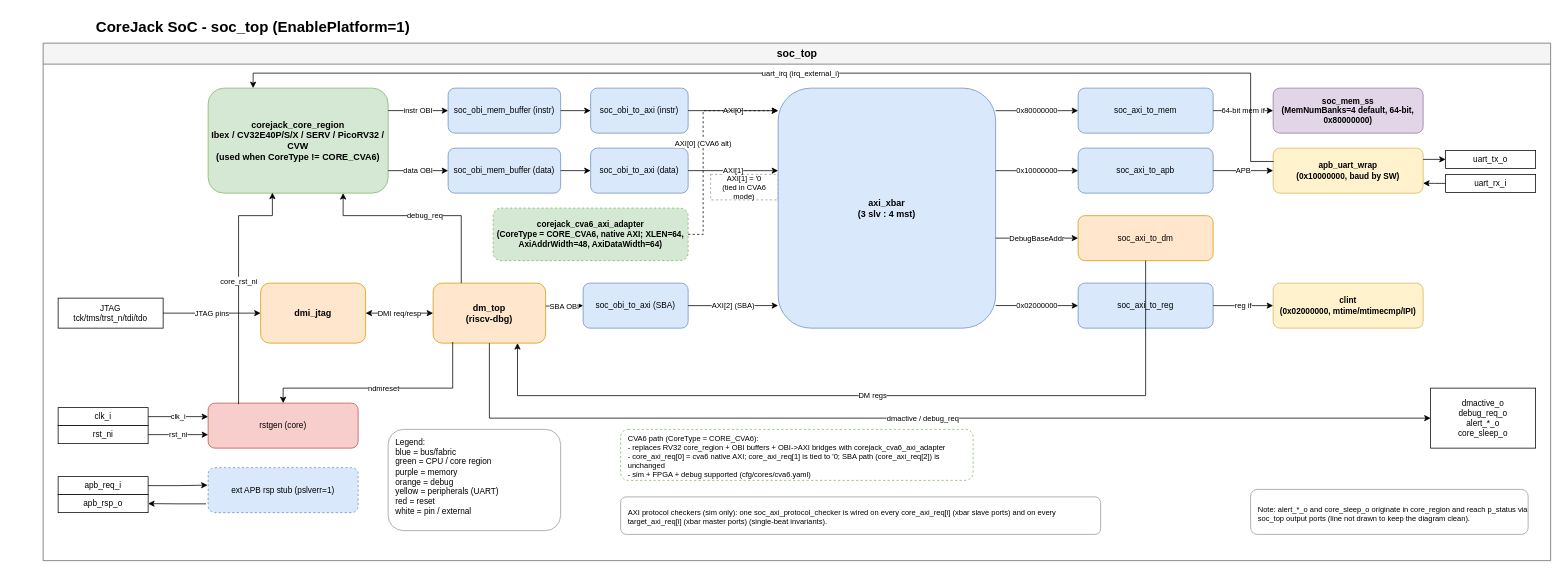
Above: page "SoC Top-Level" (1 of 8) of docs/media/corejack_soc.drawio in patrickerich/corejack (draw.io), before the change. Source tidied: cells renumbered, new cells numbered last; positions are measured from the earlier drawing's top-left corner, leaving out a move shared by most shapes. Both pictures are drawn from the tidied source at 75%, with x=0, y=0 at pixel (13, 13).
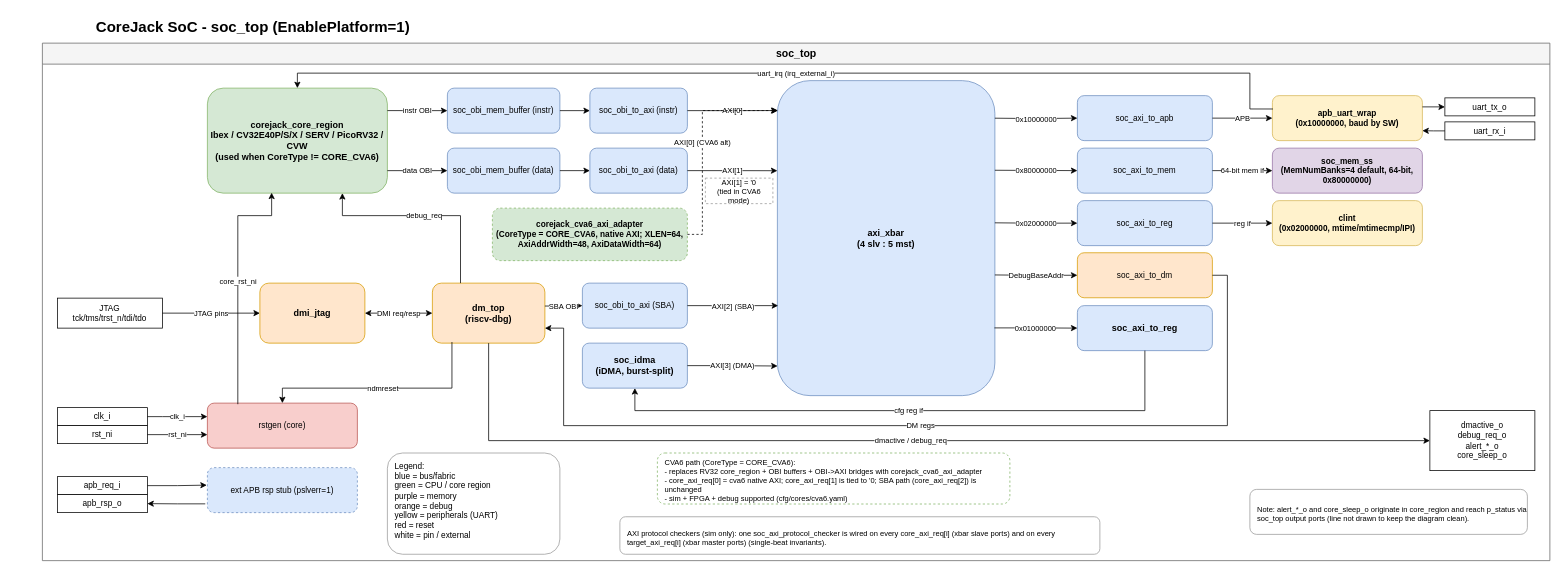
The same page after the edit.

Commit message (it also covers changes not shown here):
Refresh docs and diagrams for the iDMA integration

The change refers to these unchanged cells:
```xml
<mxCell id="12" value="corejack_core_region&#10;Ibex / CV32E40P/S/X / SERV / PicoRV32 / CVW&#10;(used when CoreType != CORE_CVA6)" style="rounded=1;whiteSpace=wrap;html=1;fillColor=#d5e8d4;strokeColor=#82b366;fontSize=12;fontStyle=1;verticalAlign=middle;" parent="3" vertex="1">
  <mxGeometry x="220" y="60" width="240" height="140" as="geometry" />
</mxCell>
<mxCell id="13" value="corejack_cva6_axi_adapter&#10;(CoreType = CORE_CVA6, native AXI; XLEN=64, AxiAddrWidth=48, AxiDataWidth=64)" style="rounded=1;whiteSpace=wrap;html=1;fillColor=#d5e8d4;strokeColor=#82b366;fontSize=11;fontStyle=1;verticalAlign=middle;dashed=1;" parent="3" vertex="1">
  <mxGeometry x="600" y="220" width="260" height="70" as="geometry" />
</mxCell>
<mxCell id="19" value="soc_obi_to_axi (instr)" style="rounded=1;whiteSpace=wrap;html=1;fillColor=#dae8fc;strokeColor=#6c8ebf;fontSize=11;verticalAlign=middle;" parent="3" vertex="1">
  <mxGeometry x="730" y="60" width="130" height="60" as="geometry" />
</mxCell>
<mxCell id="20" value="soc_obi_to_axi (data)" style="rounded=1;whiteSpace=wrap;html=1;fillColor=#dae8fc;strokeColor=#6c8ebf;fontSize=11;verticalAlign=middle;" parent="3" vertex="1">
  <mxGeometry x="730" y="140" width="130" height="60" as="geometry" />
</mxCell>
<mxCell id="21" value="soc_obi_to_axi (SBA)" style="rounded=1;whiteSpace=wrap;html=1;fillColor=#dae8fc;strokeColor=#6c8ebf;fontSize=11;verticalAlign=middle;" parent="3" vertex="1">
  <mxGeometry x="720" y="320" width="140" height="60" as="geometry" />
</mxCell>
<mxCell id="31" value="dm_top&#10;(riscv-dbg)" style="rounded=1;whiteSpace=wrap;html=1;fillColor=#ffe6cc;strokeColor=#d79b00;fontSize=12;fontStyle=1;verticalAlign=middle;" parent="3" vertex="1">
  <mxGeometry x="520" y="320" width="150" height="80" as="geometry" />
</mxCell>
```

What changed in the source:
```diff
@@
     <mxCell id="3" value="soc_top" style="swimlane;fontSize=14;fontStyle=1;html=1;startSize=28;fillColor=#F5F5F5;strokeColor=#666666;swimlaneFillColor=#FFFFFF;" parent="1" vertex="1">
-      <mxGeometry x="40" y="40" width="2010" height="690" as="geometry" />
+      <mxGeometry x="39" y="40" width="2010" height="690" as="geometry" />
     </mxCell>
@@
     <mxCell id="9" value="uart_tx_o" style="rounded=0;whiteSpace=wrap;html=1;fillColor=#FFFFFF;strokeColor=#000000;fontSize=11;verticalAlign=middle;" parent="3" vertex="1">
-      <mxGeometry x="1870" y="143" width="120" height="24" as="geometry" />
+      <mxGeometry x="1870" y="73" width="120" height="24" as="geometry" />
     </mxCell>
     <mxCell id="10" value="uart_rx_i" style="rounded=0;whiteSpace=wrap;html=1;fillColor=#FFFFFF;strokeColor=#000000;fontSize=11;verticalAlign=middle;" parent="3" vertex="1">
-      <mxGeometry x="1870" y="175" width="120" height="24" as="geometry" />
+      <mxGeometry x="1870" y="105" width="120" height="24" as="geometry" />
     </mxCell>
     <mxCell id="11" value="dmactive_o&#10;debug_req_o&#10;alert_*_o&#10;core_sleep_o" style="rounded=0;whiteSpace=wrap;html=1;fillColor=#FFFFFF;strokeColor=#000000;fontSize=11;verticalAlign=middle;" parent="3" vertex="1">
-      <mxGeometry x="1850" y="460" width="140" height="80" as="geometry" />
+      <mxGeometry x="1850" y="490" width="140" height="80" as="geometry" />
     </mxCell>
@@
     <mxCell id="14" value="AXI[1] = '0&#10;(tied in CVA6 mode)" style="rounded=0;whiteSpace=wrap;html=1;fillColor=#FFFFFF;strokeColor=#999999;fontSize=10;verticalAlign=middle;dashed=1;" parent="3" vertex="1">
-      <mxGeometry x="890" y="175" width="90" height="34" as="geometry" />
+      <mxGeometry x="884" y="180" width="90" height="34" as="geometry" />
     </mxCell>
     <mxCell id="15" value="CVA6 path (CoreType = CORE_CVA6):&#10;- replaces RV32 core_region + OBI buffers + OBI-&gt;AXI bridges with corejack_cva6_axi_adapter&#10;- core_axi_req[0] = cva6 native AXI; core_axi_req[1] is tied to '0; SBA path (core_axi_req[2]) is unchanged&#10;- sim + FPGA + debug supported (cfg/cores/cva6.yaml)" style="rounded=1;whiteSpace=wrap;html=1;fillColor=#FFFFFF;strokeColor=#82b366;fontSize=10;align=left;spacingLeft=8;spacingTop=4;dashed=1;" parent="3" vertex="1">
-      <mxGeometry x="770" y="515" width="470" height="68" as="geometry" />
+      <mxGeometry x="820" y="546.5" width="470" height="68" as="geometry" />
     </mxCell>
     <mxCell id="16" value="AXI protocol checkers (sim only): one soc_axi_protocol_checker is wired on every core_axi_req[i] (xbar slave ports) and on every target_axi_req[i] (xbar master ports) (single-beat invariants)." style="rounded=1;whiteSpace=wrap;html=1;fillColor=#FFFFFF;strokeColor=#999999;fontSize=10;align=left;spacingLeft=8;spacingTop=4;" parent="3" vertex="1">
-      <mxGeometry x="770" y="605" width="640" height="50" as="geometry" />
+      <mxGeometry x="770" y="631.5" width="640" height="50" as="geometry" />
     </mxCell>
@@
-    <mxCell id="22" value="axi_xbar&#10;(3 slv : 4 mst)" style="rounded=1;whiteSpace=wrap;html=1;fillColor=#dae8fc;strokeColor=#6c8ebf;fontSize=12;fontStyle=1;verticalAlign=middle;" parent="3" vertex="1">
-      <mxGeometry x="980" y="60" width="290" height="320" as="geometry" />
+    <mxCell id="22" value="axi_xbar&#10;(4 slv : 5 mst)" style="rounded=1;whiteSpace=wrap;html=1;fillColor=#dae8fc;strokeColor=#6c8ebf;fontSize=12;fontStyle=1;verticalAlign=middle;" parent="3" vertex="1">
+      <mxGeometry x="980" y="50" width="290" height="420" as="geometry" />
     </mxCell>
-    <mxCell id="23" value="soc_axi_to_mem" style="rounded=1;whiteSpace=wrap;html=1;fillColor=#dae8fc;strokeColor=#6c8ebf;fontSize=11;verticalAlign=middle;" parent="3" vertex="1">
-      <mxGeometry x="1380" y="60" width="180" height="60" as="geometry" />
-    </mxCell>
+    <mxCell id="66" value="soc_idma&#10;(iDMA, burst-split)" style="rounded=1;whiteSpace=wrap;html=1;fillColor=#dae8fc;strokeColor=#6c8ebf;fontSize=12;fontStyle=1;verticalAlign=middle;" parent="3" vertex="1">
+      <mxGeometry x="720" y="400" width="140" height="60" as="geometry" />
+    </mxCell>
+    <mxCell id="67" value="soc_axi_to_reg" style="rounded=1;whiteSpace=wrap;html=1;fillColor=#dae8fc;strokeColor=#6c8ebf;fontSize=12;fontStyle=1;verticalAlign=middle;" parent="3" vertex="1">
+      <mxGeometry x="1380" y="350" width="180" height="60" as="geometry" />
+    </mxCell>
+    <mxCell id="68" value="AXI[3] (DMA)" style="endArrow=classic;html=1;edgeStyle=orthogonalEdgeStyle;rounded=0;fontSize=10;exitX=1;exitY=0.5;entryX=0.001;entryY=0.906;entryDx=0;entryDy=0;entryPerimeter=0;" parent="3" edge="1" source="66" target="22">
+      <mxGeometry relative="1" as="geometry" />
+    </mxCell>
+    <mxCell id="69" value="0x01000000" style="endArrow=classic;html=1;edgeStyle=orthogonalEdgeStyle;rounded=0;fontSize=10;exitX=0.998;exitY=0.785;entryX=0;entryY=0.5;exitDx=0;exitDy=0;exitPerimeter=0;" parent="3" edge="1" source="22" target="67">
+      <mxGeometry relative="1" as="geometry" />
+    </mxCell>
+    <mxCell id="70" value="cfg reg if" style="endArrow=classic;html=1;edgeStyle=orthogonalEdgeStyle;rounded=0;fontSize=10;exitX=0.5;exitY=1;entryX=0.5;entryY=1;entryDx=0;entryDy=0;" parent="3" edge="1" source="67" target="66">
+      <mxGeometry relative="1" as="geometry">
+        <Array as="points">
+          <mxPoint x="1470" y="490" />
+          <mxPoint x="790" y="490" />
+        </Array>
+      </mxGeometry>
+    </mxCell>
     <mxCell id="24" value="soc_axi_to_apb" style="rounded=1;whiteSpace=wrap;html=1;fillColor=#dae8fc;strokeColor=#6c8ebf;fontSize=11;verticalAlign=middle;" parent="3" vertex="1">
-      <mxGeometry x="1380" y="140" width="180" height="60" as="geometry" />
+      <mxGeometry x="1380" y="70" width="180" height="60" as="geometry" />
     </mxCell>
     <mxCell id="25" value="soc_axi_to_reg" style="rounded=1;whiteSpace=wrap;html=1;fillColor=#dae8fc;strokeColor=#6c8ebf;fontSize=11;verticalAlign=middle;" parent="3" vertex="1">
-      <mxGeometry x="1380" y="320" width="180" height="60" as="geometry" />
+      <mxGeometry x="1380" y="210" width="180" height="60" as="geometry" />
     </mxCell>
     <mxCell id="26" value="soc_axi_to_dm" style="rounded=1;whiteSpace=wrap;html=1;fillColor=#ffe6cc;strokeColor=#d79b00;fontSize=11;verticalAlign=middle;" parent="3" vertex="1">
-      <mxGeometry x="1380" y="230" width="180" height="60" as="geometry" />
+      <mxGeometry x="1380" y="279.5" width="180" height="60" as="geometry" />
     </mxCell>
-    <mxCell id="27" value="soc_mem_ss&#10;(MemNumBanks=4 default, 64-bit, 0x80000000)" style="rounded=1;whiteSpace=wrap;html=1;fillColor=#e1d5e7;strokeColor=#9673a6;fontSize=11;fontStyle=1;verticalAlign=middle;" parent="3" vertex="1">
-      <mxGeometry x="1640" y="60" width="200" height="60" as="geometry" />
-    </mxCell>
     <mxCell id="28" value="apb_uart_wrap&#10;(0x10000000, baud by SW)" style="rounded=1;whiteSpace=wrap;html=1;fillColor=#fff2cc;strokeColor=#d6b656;fontSize=11;fontStyle=1;verticalAlign=middle;" parent="3" vertex="1">
-      <mxGeometry x="1640" y="140" width="200" height="60" as="geometry" />
+      <mxGeometry x="1640" y="70" width="200" height="60" as="geometry" />
     </mxCell>
     <mxCell id="29" value="clint&#10;(0x02000000, mtime/mtimecmp/IPI)" style="rounded=1;whiteSpace=wrap;html=1;fillColor=#fff2cc;strokeColor=#d6b656;fontSize=11;fontStyle=1;verticalAlign=middle;" parent="3" vertex="1">
-      <mxGeometry x="1640" y="320" width="200" height="60" as="geometry" />
+      <mxGeometry x="1640" y="210" width="200" height="60" as="geometry" />
     </mxCell>
@@
-    <mxCell id="39" value="AXI[0]" style="endArrow=classic;html=1;edgeStyle=orthogonalEdgeStyle;rounded=0;exitX=1;exitY=0.5;entryX=0;entryY=0.094;fontSize=10;" parent="3" edge="1" source="19" target="22">
+    <mxCell id="39" value="AXI[0]" style="endArrow=classic;html=1;edgeStyle=orthogonalEdgeStyle;rounded=0;exitX=1;exitY=0.5;fontSize=10;entryX=0.003;entryY=0.095;entryDx=0;entryDy=0;entryPerimeter=0;" parent="3" edge="1" source="19" target="22">
       <mxGeometry relative="1" as="geometry" />
     </mxCell>
-    <mxCell id="40" value="AXI[1]" style="endArrow=classic;html=1;edgeStyle=orthogonalEdgeStyle;rounded=0;exitX=1;exitY=0.5;entryX=0;entryY=0.344;fontSize=10;" parent="3" edge="1" source="20" target="22">
+    <mxCell id="40" value="AXI[1]" style="endArrow=classic;html=1;edgeStyle=orthogonalEdgeStyle;rounded=0;exitX=1;exitY=0.5;fontSize=10;entryX=0;entryY=0.286;entryDx=0;entryDy=0;entryPerimeter=0;" parent="3" edge="1" source="20" target="22">
       <mxGeometry relative="1" as="geometry" />
     </mxCell>
-    <mxCell id="41" value="AXI[0] (CVA6 alt)" style="endArrow=classic;html=1;edgeStyle=orthogonalEdgeStyle;rounded=0;exitX=1;exitY=0.5;entryX=0;entryY=0.094;fontSize=10;dashed=1;" parent="3" edge="1" source="13" target="22">
+    <mxCell id="41" value="AXI[0] (CVA6 alt)" style="endArrow=classic;html=1;edgeStyle=orthogonalEdgeStyle;rounded=0;exitX=1;exitY=0.5;fontSize=10;dashed=1;entryX=0;entryY=0.095;entryDx=0;entryDy=0;entryPerimeter=0;" parent="3" edge="1" source="13" target="22">
       <mxGeometry relative="1" as="geometry">
         <Array as="points">
           <mxPoint x="880" y="255" />
           <mxPoint x="880" y="90" />
         </Array>
       </mxGeometry>
     </mxCell>
-    <mxCell id="42" value="AXI[2] (SBA)" style="endArrow=classic;html=1;edgeStyle=orthogonalEdgeStyle;rounded=0;exitX=1;exitY=0.5;entryX=0;entryY=0.906;fontSize=10;" parent="3" edge="1" source="21" target="22">
-      <mxGeometry relative="1" as="geometry" />
+    <mxCell id="42" value="AXI[2] (SBA)" style="endArrow=classic;html=1;edgeStyle=orthogonalEdgeStyle;rounded=0;exitX=1;exitY=0.5;fontSize=10;" parent="3" edge="1" source="21">
+      <mxGeometry relative="1" as="geometry">
+        <mxPoint x="981" y="350" as="targetPoint" />
+      </mxGeometry>
     </mxCell>
-    <mxCell id="43" value="0x80000000" style="endArrow=classic;html=1;edgeStyle=orthogonalEdgeStyle;rounded=0;exitX=1;exitY=0.094;entryX=0;entryY=0.5;fontSize=10;" parent="3" edge="1" source="22" target="23">
-      <mxGeometry relative="1" as="geometry" />
-    </mxCell>
-    <mxCell id="44" value="0x10000000" style="endArrow=classic;html=1;edgeStyle=orthogonalEdgeStyle;rounded=0;exitX=1;exitY=0.344;entryX=0;entryY=0.5;fontSize=10;" parent="3" edge="1" source="22" target="24">
-      <mxGeometry relative="1" as="geometry" />
+    <mxCell id="44" value="0x10000000" style="endArrow=classic;html=1;edgeStyle=orthogonalEdgeStyle;rounded=0;exitX=1;exitY=0.286;entryX=0;entryY=0.5;fontSize=10;exitDx=0;exitDy=0;exitPerimeter=0;" parent="3" edge="1" target="24">
+      <mxGeometry relative="1" as="geometry">
+        <mxPoint x="1270" y="100.1" as="sourcePoint" />
+      </mxGeometry>
     </mxCell>
-    <mxCell id="45" value="0x02000000" style="endArrow=classic;html=1;edgeStyle=orthogonalEdgeStyle;rounded=0;exitX=1;exitY=0.906;entryX=0;entryY=0.5;fontSize=10;" parent="3" edge="1" source="22" target="25">
-      <mxGeometry relative="1" as="geometry" />
+    <mxCell id="45" value="0x02000000" style="endArrow=classic;html=1;edgeStyle=orthogonalEdgeStyle;rounded=0;exitX=1;exitY=0.618;entryX=0;entryY=0.5;fontSize=10;exitDx=0;exitDy=0;exitPerimeter=0;" parent="3" edge="1" target="25">
+      <mxGeometry relative="1" as="geometry">
+        <mxPoint x="1270" y="239.6" as="sourcePoint" />
+      </mxGeometry>
     </mxCell>
-    <mxCell id="46" value="DebugBaseAddr" style="endArrow=classic;html=1;edgeStyle=orthogonalEdgeStyle;rounded=0;exitX=1;exitY=0.625;entryX=0;entryY=0.5;fontSize=10;" parent="3" edge="1" source="22" target="26">
-      <mxGeometry relative="1" as="geometry" />
+    <mxCell id="46" value="DebugBaseAddr" style="endArrow=classic;html=1;edgeStyle=orthogonalEdgeStyle;rounded=0;entryX=0;entryY=0.5;fontSize=10;exitX=1;exitY=0.449;exitDx=0;exitDy=0;exitPerimeter=0;" parent="3" edge="1" target="26">
+      <mxGeometry relative="1" as="geometry">
+        <mxPoint x="1270" y="309.1" as="sourcePoint" />
+      </mxGeometry>
     </mxCell>
-    <mxCell id="47" value="64-bit mem if" style="endArrow=classic;html=1;edgeStyle=orthogonalEdgeStyle;rounded=0;exitX=1;exitY=0.5;entryX=0;entryY=0.5;fontSize=10;" parent="3" edge="1" source="23" target="27">
-      <mxGeometry relative="1" as="geometry" />
-    </mxCell>
@@
-    <mxCell id="50" value="DM regs" style="endArrow=classic;html=1;edgeStyle=orthogonalEdgeStyle;rounded=0;exitX=0.5;exitY=1;entryX=0.75;entryY=1;fontSize=10;entryDx=0;entryDy=0;" parent="3" edge="1" source="26" target="31">
+    <mxCell id="50" value="DM regs" style="endArrow=classic;html=1;edgeStyle=orthogonalEdgeStyle;rounded=0;fontSize=10;entryDx=0;entryDy=0;entryX=1;entryY=0.75;exitX=1;exitY=0.5;exitDx=0;exitDy=0;" parent="3" edge="1" source="26" target="31">
       <mxGeometry relative="1" as="geometry">
         <Array as="points">
-          <mxPoint x="1470" y="470" />
-          <mxPoint x="633" y="470" />
-          <mxPoint x="633" y="400" />
+          <mxPoint x="1580" y="309" />
+          <mxPoint x="1580" y="510" />
+          <mxPoint x="695" y="510" />
+          <mxPoint x="695" y="380" />
         </Array>
       </mxGeometry>
     </mxCell>
@@
-    <mxCell id="59" value="uart_irq (irq_external_i)" style="endArrow=classic;html=1;edgeStyle=orthogonalEdgeStyle;rounded=0;exitX=0.004;exitY=0.297;entryX=0.25;entryY=0;fontSize=10;exitDx=0;exitDy=0;exitPerimeter=0;" parent="3" edge="1" source="28" target="12">
+    <mxCell id="59" value="uart_irq (irq_external_i)" style="endArrow=classic;html=1;edgeStyle=orthogonalEdgeStyle;rounded=0;exitX=0.004;exitY=0.297;entryX=0.5;entryY=0;fontSize=10;exitDx=0;exitDy=0;exitPerimeter=0;entryDx=0;entryDy=0;" parent="3" edge="1" source="28" target="12">
       <mxGeometry relative="1" as="geometry">
         <Array as="points">
-          <mxPoint x="1610" y="158" />
+          <mxPoint x="1610" y="88" />
           <mxPoint x="1610" y="40" />
-          <mxPoint x="280" y="40" />
+          <mxPoint x="340" y="40" />
         </Array>
       </mxGeometry>
     </mxCell>
@@
     <mxCell id="64" value="dmactive / debug_req" style="endArrow=classic;html=1;edgeStyle=orthogonalEdgeStyle;rounded=0;entryX=0;entryY=0.5;fontSize=10;exitX=0.5;exitY=1;exitDx=0;exitDy=0;" parent="3" edge="1" source="31" target="11">
       <mxGeometry relative="1" as="geometry">
         <Array as="points">
-          <mxPoint x="595" y="500" />
+          <mxPoint x="595" y="530" />
+          <mxPoint x="1850" y="530" />
         </Array>
       </mxGeometry>
     </mxCell>
     <mxCell id="65" value="Legend:&#10;blue = bus/fabric&#10;green = CPU / core region&#10;purple = memory&#10;orange = debug&#10;yellow = peripherals (UART)&#10;red = reset&#10;white = pin / external" style="text;html=1;strokeColor=#999999;fillColor=#FFFFFF;align=left;verticalAlign=top;whiteSpace=wrap;rounded=1;fontSize=11;spacingLeft=8;spacingTop=4;" parent="3" vertex="1">
-      <mxGeometry x="460" y="515" width="230" height="135" as="geometry" />
+      <mxGeometry x="460" y="546.5" width="230" height="135" as="geometry" />
     </mxCell>
+    <mxCell id="23" value="soc_axi_to_mem" style="rounded=1;whiteSpace=wrap;html=1;fillColor=#dae8fc;strokeColor=#6c8ebf;fontSize=11;verticalAlign=middle;" parent="3" vertex="1">
+      <mxGeometry x="1380" y="140" width="180" height="60" as="geometry" />
+    </mxCell>
+    <mxCell id="43" value="0x80000000" style="endArrow=classic;html=1;edgeStyle=orthogonalEdgeStyle;rounded=0;exitX=1;exitY=0.094;entryX=0;entryY=0.5;fontSize=10;" parent="3" edge="1" target="23">
+      <mxGeometry relative="1" as="geometry">
+        <mxPoint x="1270" y="169.5" as="sourcePoint" />
+      </mxGeometry>
+    </mxCell>
+    <mxCell id="27" value="soc_mem_ss&#10;(MemNumBanks=4 default, 64-bit, 0x80000000)" style="rounded=1;whiteSpace=wrap;html=1;fillColor=#e1d5e7;strokeColor=#9673a6;fontSize=11;fontStyle=1;verticalAlign=middle;" parent="3" vertex="1">
+      <mxGeometry x="1640" y="140" width="200" height="60" as="geometry" />
+    </mxCell>
+    <mxCell id="47" value="64-bit mem if" style="endArrow=classic;html=1;edgeStyle=orthogonalEdgeStyle;rounded=0;exitX=1;exitY=0.5;entryX=0;entryY=0.5;fontSize=10;" parent="3" edge="1" source="23" target="27">
+      <mxGeometry relative="1" as="geometry" />
+    </mxCell>
```
